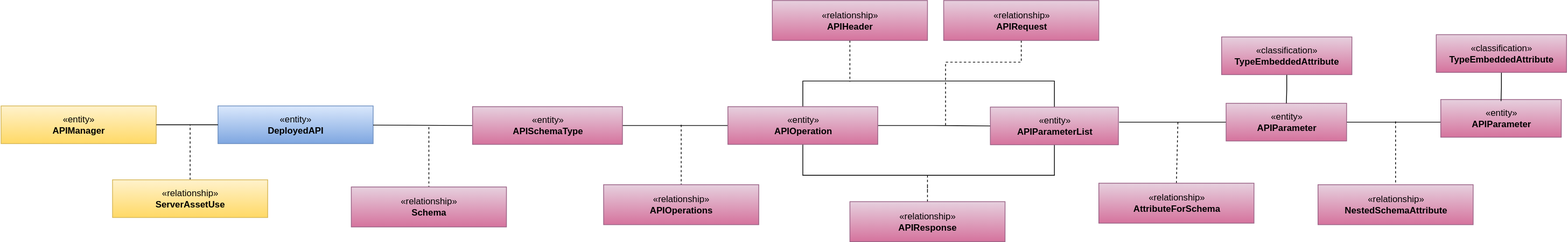
The draw.io diagram site/docs/guides/developer/mapping-technology/apis/api-open-metadata-types.svg in odpi/egeria-docs, before a commit. Source tidied: cells renumbered, new cells last; positions are measured from the earlier drawing's top-left corner, leaving out a move shared by most shapes.
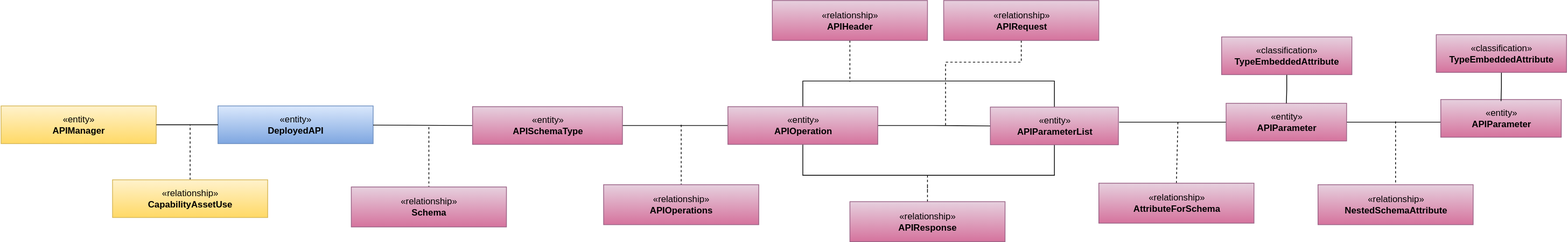
After the change.

The edit, as a diff of the source:
```diff
@@ -16,7 +16,7 @@
         <mxPoint x="251" y="165" as="targetPoint" />
       </mxGeometry>
     </mxCell>
-    <mxCell id="6" value="«relationship»&lt;br&gt;&lt;b&gt;ServerAssetUse&lt;/b&gt;" style="html=1;strokeColor=#d6b656;align=center;fillColor=#fff2cc;gradientColor=#ffd966;" parent="1" vertex="1">
+    <mxCell id="6" value="«relationship»&lt;br&gt;&lt;b&gt;CapabilityAssetUse&lt;/b&gt;" style="html=1;strokeColor=#d6b656;align=center;fillColor=#fff2cc;gradientColor=#ffd966;" parent="1" vertex="1">
       <mxGeometry x="148" y="238" width="206" height="50" as="geometry" />
     </mxCell>
     <mxCell id="7" style="endArrow=none;dashed=1;html=1;" parent="1" edge="1" target="11">
```
